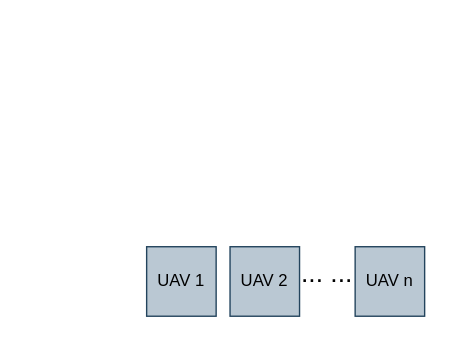
RoboDD/my-flow-chart keeps this draw.io diagram as swarm.drawio. Above is the earlier version. Source tidied: cells renumbered, new cells numbered last; positions are measured from the earlier drawing's top-left corner, leaving out a move shared by most shapes. Both pictures are drawn from the tidied source at 139%, with x=0, y=0 at pixel (146, 246).
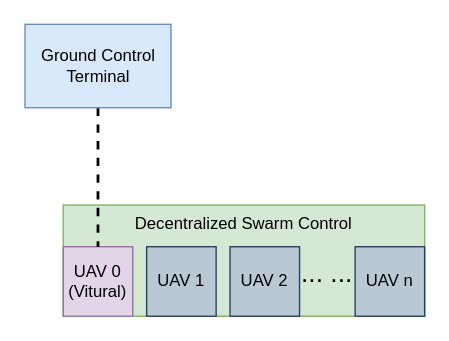
After the change.

What changed in the source:
```diff
@@
 <mxGraphModel>
   <root>
     <mxCell id="0" />
     <mxCell id="1" parent="0" />
+    <mxCell id="6" value="Decentralized Swarm Control" style="rounded=0;whiteSpace=wrap;html=1;fillColor=#d5e8d4;strokeColor=#82b366;verticalAlign=top;" parent="1" vertex="1">
+      <mxGeometry x="-60" y="-30" width="260" height="80" as="geometry" />
+    </mxCell>
     <mxCell id="2" value="UAV 1" style="rounded=0;whiteSpace=wrap;html=1;fillColor=#bac8d3;strokeColor=#23445d;" parent="1" vertex="1">
       <mxGeometry width="50" height="50" as="geometry" />
     </mxCell>
     <mxCell id="3" value="UAV 2" style="rounded=0;whiteSpace=wrap;html=1;fillColor=#bac8d3;strokeColor=#23445d;" parent="1" vertex="1">
       <mxGeometry x="60" width="50" height="50" as="geometry" />
     </mxCell>
     <mxCell id="4" value="UAV n" style="rounded=0;whiteSpace=wrap;html=1;fillColor=#bac8d3;strokeColor=#23445d;" parent="1" vertex="1">
       <mxGeometry x="150" width="50" height="50" as="geometry" />
     </mxCell>
     <mxCell id="5" value="&lt;font style=&quot;font-size: 19px&quot;&gt;... ...&lt;/font&gt;" style="text;html=1;strokeColor=none;fillColor=none;align=center;verticalAlign=middle;whiteSpace=wrap;rounded=0;" parent="1" vertex="1">
       <mxGeometry x="110" y="10" width="40" height="20" as="geometry" />
     </mxCell>
+    <mxCell id="7" value="UAV 0&lt;br&gt;(Vitural)" style="rounded=0;whiteSpace=wrap;html=1;fillColor=#e1d5e7;strokeColor=#9673a6;" parent="1" vertex="1">
+      <mxGeometry x="-60" width="50" height="50" as="geometry" />
+    </mxCell>
+    <mxCell id="8" style="edgeStyle=none;rounded=0;jettySize=auto;html=1;exitX=0.5;exitY=1;exitDx=0;exitDy=0;entryX=0.5;entryY=0;entryDx=0;entryDy=0;dashed=1;endArrow=none;endFill=0;strokeWidth=2;" parent="1" edge="1" source="9" target="7">
+      <mxGeometry relative="1" as="geometry" />
+    </mxCell>
+    <mxCell id="9" value="Ground Control Terminal" style="rounded=0;whiteSpace=wrap;html=1;verticalAlign=middle;fillColor=#dae8fc;strokeColor=#6c8ebf;" parent="1" vertex="1">
+      <mxGeometry x="-87.5" y="-160" width="105" height="60" as="geometry" />
+    </mxCell>
   </root>
 </mxGraphModel>
```
